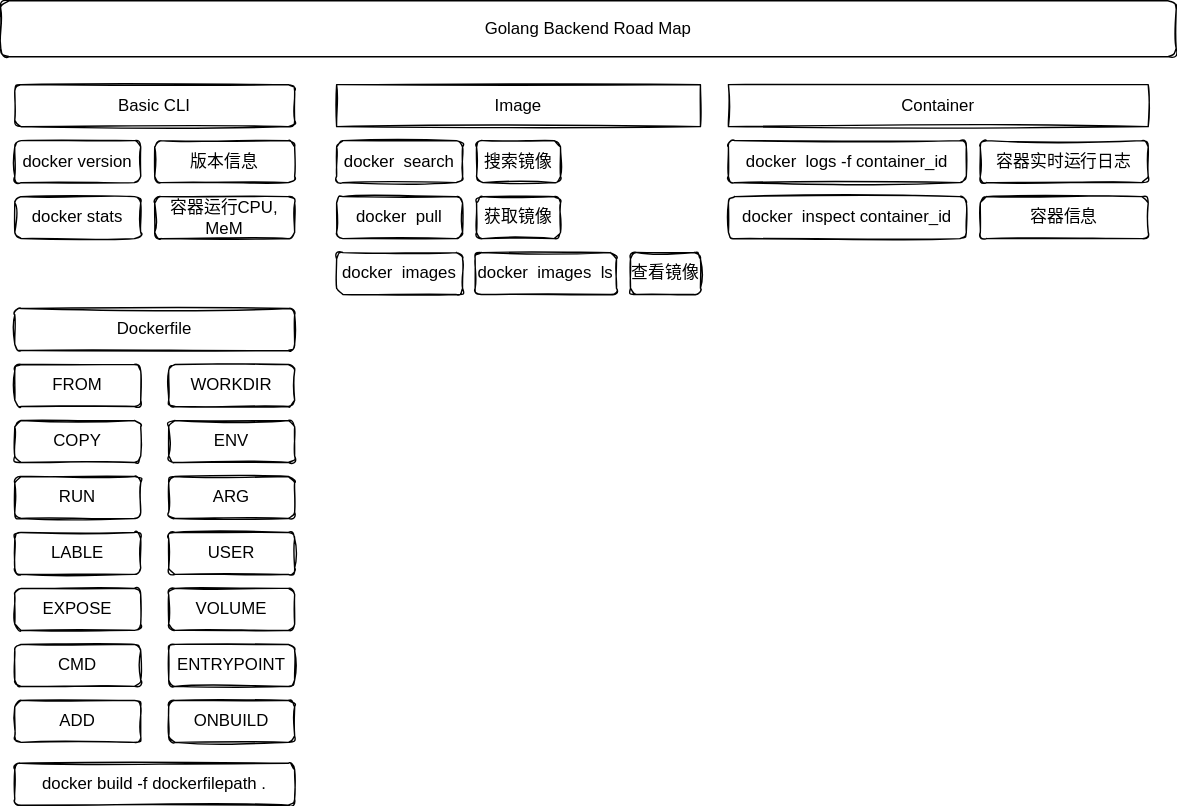
Earlier version of the draw.io export 10-容器与容器云/00-Docker/images/Docker.svg (cd-home/Root). Source tidied: cells renumbered, new cells last; positions are measured from the earlier drawing's top-left corner, leaving out a move shared by most shapes.
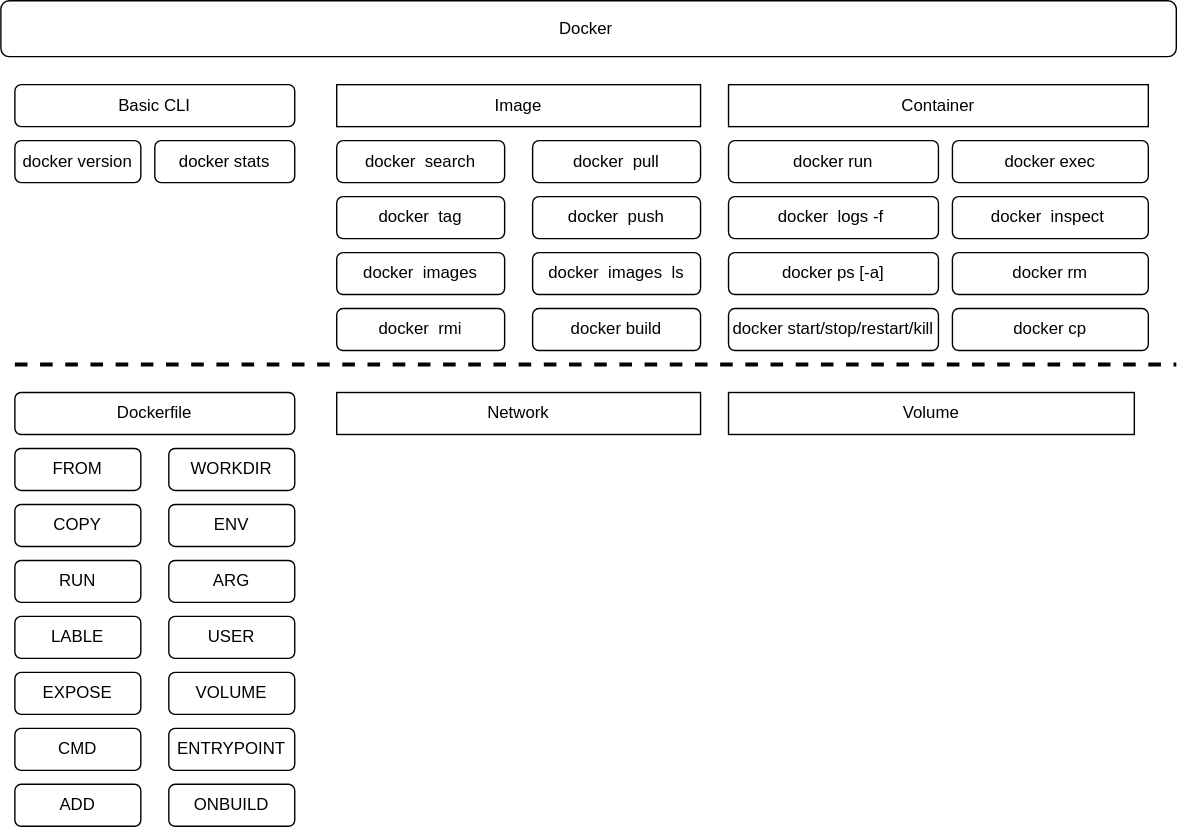
Later version of the same file.

Commit message:
😀🌴⭐🌎☀️🌈🌽: Docker arch

Diff of the diagram source:
```diff
@@ -2,110 +2,128 @@
   <root>
     <mxCell id="0" />
     <mxCell id="1" parent="0" />
-    <mxCell id="2" value="Golang Backend Road Map" style="rounded=1;whiteSpace=wrap;html=1;sketch=1;" parent="1" vertex="1">
-      <mxGeometry width="840" height="40" as="geometry" />
+    <mxCell id="2" value="Docker&amp;nbsp;" style="rounded=1;whiteSpace=wrap;html=1;" parent="1" vertex="1">
+      <mxGeometry y="-60" width="840" height="40" as="geometry" />
     </mxCell>
-    <mxCell id="3" value="Image" style="rounded=0;whiteSpace=wrap;html=1;sketch=1;" parent="1" vertex="1">
-      <mxGeometry x="240" y="60" width="260" height="30" as="geometry" />
+    <mxCell id="3" value="Image" style="rounded=0;whiteSpace=wrap;html=1;" parent="1" vertex="1">
+      <mxGeometry x="240" width="260" height="30" as="geometry" />
     </mxCell>
-    <mxCell id="4" value="Basic CLI" style="rounded=1;whiteSpace=wrap;html=1;sketch=1;" parent="1" vertex="1">
-      <mxGeometry x="10" y="60" width="200" height="30" as="geometry" />
+    <mxCell id="4" value="Basic CLI" style="rounded=1;whiteSpace=wrap;html=1;" parent="1" vertex="1">
+      <mxGeometry x="10" width="200" height="30" as="geometry" />
     </mxCell>
-    <mxCell id="5" value="Container" style="rounded=0;whiteSpace=wrap;html=1;sketch=1;" parent="1" vertex="1">
-      <mxGeometry x="520" y="60" width="300" height="30" as="geometry" />
+    <mxCell id="5" value="Container" style="rounded=0;whiteSpace=wrap;html=1;" parent="1" vertex="1">
+      <mxGeometry x="520" width="300" height="30" as="geometry" />
     </mxCell>
-    <mxCell id="6" value="docker version" style="rounded=1;whiteSpace=wrap;html=1;sketch=1;" parent="1" vertex="1">
-      <mxGeometry x="10" y="100" width="90" height="30" as="geometry" />
+    <mxCell id="6" value="docker version" style="rounded=1;whiteSpace=wrap;html=1;" parent="1" vertex="1">
+      <mxGeometry x="10" y="40" width="90" height="30" as="geometry" />
     </mxCell>
-    <mxCell id="7" value="docker stats" style="rounded=1;whiteSpace=wrap;html=1;sketch=1;" parent="1" vertex="1">
-      <mxGeometry x="10" y="140" width="90" height="30" as="geometry" />
+    <mxCell id="7" value="docker stats" style="rounded=1;whiteSpace=wrap;html=1;" parent="1" vertex="1">
+      <mxGeometry x="110" y="40" width="100" height="30" as="geometry" />
     </mxCell>
-    <mxCell id="8" value="版本信息" style="rounded=1;whiteSpace=wrap;html=1;sketch=1;" parent="1" vertex="1">
-      <mxGeometry x="110" y="100" width="100" height="30" as="geometry" />
-    </mxCell>
-    <mxCell id="9" value="容器运行CPU, MeM" style="rounded=1;whiteSpace=wrap;html=1;sketch=1;" parent="1" vertex="1">
-      <mxGeometry x="110" y="140" width="100" height="30" as="geometry" />
-    </mxCell>
-    <mxCell id="10" value="docker&amp;nbsp; search" style="rounded=1;whiteSpace=wrap;html=1;sketch=1;" parent="1" vertex="1">
-      <mxGeometry x="240" y="100" width="90" height="30" as="geometry" />
+    <mxCell id="10" value="docker&amp;nbsp; search" style="rounded=1;whiteSpace=wrap;html=1;" parent="1" vertex="1">
+      <mxGeometry x="240" y="40" width="120" height="30" as="geometry" />
     </mxCell>
-    <mxCell id="11" value="搜索镜像" style="rounded=1;whiteSpace=wrap;html=1;sketch=1;" parent="1" vertex="1">
-      <mxGeometry x="340" y="100" width="60" height="30" as="geometry" />
-    </mxCell>
-    <mxCell id="12" value="docker&amp;nbsp; pull" style="rounded=1;whiteSpace=wrap;html=1;sketch=1;" parent="1" vertex="1">
-      <mxGeometry x="240" y="140" width="90" height="30" as="geometry" />
+    <mxCell id="12" value="docker&amp;nbsp; pull" style="rounded=1;whiteSpace=wrap;html=1;" parent="1" vertex="1">
+      <mxGeometry x="380" y="40" width="120" height="30" as="geometry" />
     </mxCell>
-    <mxCell id="13" value="获取镜像" style="rounded=1;whiteSpace=wrap;html=1;sketch=1;" parent="1" vertex="1">
-      <mxGeometry x="340" y="140" width="60" height="30" as="geometry" />
-    </mxCell>
-    <mxCell id="14" value="docker&amp;nbsp; logs -f container_id" style="rounded=1;whiteSpace=wrap;html=1;sketch=1;" parent="1" vertex="1">
-      <mxGeometry x="520" y="100" width="170" height="30" as="geometry" />
+    <mxCell id="14" value="docker&amp;nbsp; logs -f&amp;nbsp;" style="rounded=1;whiteSpace=wrap;html=1;" parent="1" vertex="1">
+      <mxGeometry x="520" y="80" width="150" height="30" as="geometry" />
     </mxCell>
-    <mxCell id="15" value="容器实时运行日志" style="rounded=1;whiteSpace=wrap;html=1;sketch=1;" parent="1" vertex="1">
-      <mxGeometry x="700" y="100" width="120" height="30" as="geometry" />
-    </mxCell>
-    <mxCell id="16" value="docker&amp;nbsp; images" style="rounded=1;whiteSpace=wrap;html=1;sketch=1;" parent="1" vertex="1">
-      <mxGeometry x="240" y="180" width="90" height="30" as="geometry" />
+    <mxCell id="16" value="docker&amp;nbsp; images" style="rounded=1;whiteSpace=wrap;html=1;" parent="1" vertex="1">
+      <mxGeometry x="240" y="120" width="120" height="30" as="geometry" />
     </mxCell>
-    <mxCell id="17" value="查看镜像" style="rounded=1;whiteSpace=wrap;html=1;sketch=1;" parent="1" vertex="1">
-      <mxGeometry x="450" y="180" width="50" height="30" as="geometry" />
-    </mxCell>
-    <mxCell id="18" value="docker&amp;nbsp; images&amp;nbsp; ls" style="rounded=1;whiteSpace=wrap;html=1;sketch=1;" parent="1" vertex="1">
-      <mxGeometry x="339" y="180" width="101" height="30" as="geometry" />
+    <mxCell id="18" value="docker&amp;nbsp; images&amp;nbsp; ls" style="rounded=1;whiteSpace=wrap;html=1;" parent="1" vertex="1">
+      <mxGeometry x="380" y="120" width="120" height="30" as="geometry" />
     </mxCell>
-    <mxCell id="19" value="docker&amp;nbsp; inspect container_id" style="rounded=1;whiteSpace=wrap;html=1;sketch=1;" parent="1" vertex="1">
-      <mxGeometry x="520" y="140" width="170" height="30" as="geometry" />
+    <mxCell id="19" value="docker&amp;nbsp; inspect&amp;nbsp;" style="rounded=1;whiteSpace=wrap;html=1;" parent="1" vertex="1">
+      <mxGeometry x="680" y="80" width="140" height="30" as="geometry" />
     </mxCell>
-    <mxCell id="20" value="容器信息" style="rounded=1;whiteSpace=wrap;html=1;sketch=1;" parent="1" vertex="1">
-      <mxGeometry x="700" y="140" width="120" height="30" as="geometry" />
-    </mxCell>
-    <mxCell id="21" value="Dockerfile" style="rounded=1;whiteSpace=wrap;html=1;sketch=1;" parent="1" vertex="1">
+    <mxCell id="21" value="Dockerfile" style="rounded=1;whiteSpace=wrap;html=1;" parent="1" vertex="1">
       <mxGeometry x="10" y="220" width="200" height="30" as="geometry" />
     </mxCell>
-    <mxCell id="22" value="FROM" style="rounded=1;whiteSpace=wrap;html=1;sketch=1;" parent="1" vertex="1">
+    <mxCell id="22" value="FROM" style="rounded=1;whiteSpace=wrap;html=1;" parent="1" vertex="1">
       <mxGeometry x="10" y="260" width="90" height="30" as="geometry" />
     </mxCell>
-    <mxCell id="23" value="WORKDIR" style="rounded=1;whiteSpace=wrap;html=1;sketch=1;" parent="1" vertex="1">
+    <mxCell id="23" value="WORKDIR" style="rounded=1;whiteSpace=wrap;html=1;" parent="1" vertex="1">
       <mxGeometry x="120" y="260" width="90" height="30" as="geometry" />
     </mxCell>
-    <mxCell id="24" value="ADD" style="rounded=1;whiteSpace=wrap;html=1;sketch=1;" parent="1" vertex="1">
+    <mxCell id="24" value="ADD" style="rounded=1;whiteSpace=wrap;html=1;" parent="1" vertex="1">
       <mxGeometry x="10" y="500" width="90" height="30" as="geometry" />
     </mxCell>
-    <mxCell id="25" value="COPY" style="rounded=1;whiteSpace=wrap;html=1;sketch=1;" parent="1" vertex="1">
+    <mxCell id="25" value="COPY" style="rounded=1;whiteSpace=wrap;html=1;" parent="1" vertex="1">
       <mxGeometry x="10" y="300" width="90" height="30" as="geometry" />
     </mxCell>
-    <mxCell id="26" value="RUN" style="rounded=1;whiteSpace=wrap;html=1;sketch=1;" parent="1" vertex="1">
+    <mxCell id="26" value="RUN" style="rounded=1;whiteSpace=wrap;html=1;" parent="1" vertex="1">
       <mxGeometry x="10" y="340" width="90" height="30" as="geometry" />
     </mxCell>
-    <mxCell id="27" value="ENV" style="rounded=1;whiteSpace=wrap;html=1;sketch=1;" parent="1" vertex="1">
+    <mxCell id="27" value="ENV" style="rounded=1;whiteSpace=wrap;html=1;" parent="1" vertex="1">
       <mxGeometry x="120" y="300" width="90" height="30" as="geometry" />
     </mxCell>
-    <mxCell id="28" value="LABLE" style="rounded=1;whiteSpace=wrap;html=1;sketch=1;" parent="1" vertex="1">
+    <mxCell id="28" value="LABLE" style="rounded=1;whiteSpace=wrap;html=1;" parent="1" vertex="1">
       <mxGeometry x="10" y="380" width="90" height="30" as="geometry" />
     </mxCell>
-    <mxCell id="29" value="USER" style="rounded=1;whiteSpace=wrap;html=1;sketch=1;" parent="1" vertex="1">
+    <mxCell id="29" value="USER" style="rounded=1;whiteSpace=wrap;html=1;" parent="1" vertex="1">
       <mxGeometry x="120" y="380" width="90" height="30" as="geometry" />
     </mxCell>
-    <mxCell id="30" value="EXPOSE" style="rounded=1;whiteSpace=wrap;html=1;sketch=1;" parent="1" vertex="1">
+    <mxCell id="30" value="EXPOSE" style="rounded=1;whiteSpace=wrap;html=1;" parent="1" vertex="1">
       <mxGeometry x="10" y="420" width="90" height="30" as="geometry" />
     </mxCell>
-    <mxCell id="31" value="VOLUME" style="rounded=1;whiteSpace=wrap;html=1;sketch=1;" parent="1" vertex="1">
+    <mxCell id="31" value="VOLUME" style="rounded=1;whiteSpace=wrap;html=1;" parent="1" vertex="1">
       <mxGeometry x="120" y="420" width="90" height="30" as="geometry" />
     </mxCell>
-    <mxCell id="32" value="CMD" style="rounded=1;whiteSpace=wrap;html=1;sketch=1;" parent="1" vertex="1">
+    <mxCell id="32" value="CMD" style="rounded=1;whiteSpace=wrap;html=1;" parent="1" vertex="1">
       <mxGeometry x="10" y="460" width="90" height="30" as="geometry" />
     </mxCell>
-    <mxCell id="33" value="ENTRYPOINT" style="rounded=1;whiteSpace=wrap;html=1;sketch=1;" parent="1" vertex="1">
+    <mxCell id="33" value="ENTRYPOINT" style="rounded=1;whiteSpace=wrap;html=1;" parent="1" vertex="1">
       <mxGeometry x="120" y="460" width="90" height="30" as="geometry" />
     </mxCell>
-    <mxCell id="34" value="ARG" style="rounded=1;whiteSpace=wrap;html=1;sketch=1;" parent="1" vertex="1">
+    <mxCell id="34" value="ARG" style="rounded=1;whiteSpace=wrap;html=1;" parent="1" vertex="1">
       <mxGeometry x="120" y="340" width="90" height="30" as="geometry" />
     </mxCell>
-    <mxCell id="35" value="ONBUILD" style="rounded=1;whiteSpace=wrap;html=1;sketch=1;" parent="1" vertex="1">
+    <mxCell id="35" value="ONBUILD" style="rounded=1;whiteSpace=wrap;html=1;" parent="1" vertex="1">
       <mxGeometry x="120" y="500" width="90" height="30" as="geometry" />
     </mxCell>
-    <mxCell id="36" value="docker build -f dockerfilepath ." style="rounded=1;whiteSpace=wrap;html=1;sketch=1;" parent="1" vertex="1">
-      <mxGeometry x="10" y="545" width="200" height="30" as="geometry" />
-    </mxCell>
+    <mxCell id="37" value="docker&amp;nbsp; rmi" style="rounded=1;whiteSpace=wrap;html=1;" parent="1" vertex="1">
+      <mxGeometry x="240" y="160" width="120" height="30" as="geometry" />
+    </mxCell>
+    <mxCell id="38" value="docker build" style="rounded=1;whiteSpace=wrap;html=1;" parent="1" vertex="1">
+      <mxGeometry x="380" y="160" width="120" height="30" as="geometry" />
+    </mxCell>
+    <mxCell id="39" value="docker&amp;nbsp; push" style="rounded=1;whiteSpace=wrap;html=1;" parent="1" vertex="1">
+      <mxGeometry x="380" y="80" width="120" height="30" as="geometry" />
+    </mxCell>
+    <mxCell id="40" value="docker&amp;nbsp; tag" style="rounded=1;whiteSpace=wrap;html=1;" parent="1" vertex="1">
+      <mxGeometry x="240" y="80" width="120" height="30" as="geometry" />
+    </mxCell>
+    <mxCell id="41" value="docker run" style="rounded=1;whiteSpace=wrap;html=1;" parent="1" vertex="1">
+      <mxGeometry x="520" y="40" width="150" height="30" as="geometry" />
+    </mxCell>
+    <mxCell id="42" value="docker exec" style="rounded=1;whiteSpace=wrap;html=1;" parent="1" vertex="1">
+      <mxGeometry x="680" y="40" width="140" height="30" as="geometry" />
+    </mxCell>
+    <mxCell id="43" value="docker ps [-a]" style="rounded=1;whiteSpace=wrap;html=1;" parent="1" vertex="1">
+      <mxGeometry x="520" y="120" width="150" height="30" as="geometry" />
+    </mxCell>
+    <mxCell id="44" value="docker rm" style="rounded=1;whiteSpace=wrap;html=1;" parent="1" vertex="1">
+      <mxGeometry x="680" y="120" width="140" height="30" as="geometry" />
+    </mxCell>
+    <mxCell id="45" value="docker start/stop/restart/kill" style="rounded=1;whiteSpace=wrap;html=1;" parent="1" vertex="1">
+      <mxGeometry x="520" y="160" width="150" height="30" as="geometry" />
+    </mxCell>
+    <mxCell id="46" value="docker cp" style="rounded=1;whiteSpace=wrap;html=1;" parent="1" vertex="1">
+      <mxGeometry x="680" y="160" width="140" height="30" as="geometry" />
+    </mxCell>
+    <mxCell id="47" style="endArrow=none;dashed=1;html=1;strokeWidth=3;rounded=0;" parent="1" edge="1">
+      <mxGeometry relative="1" as="geometry">
+        <mxPoint x="10" y="200" as="sourcePoint" />
+        <mxPoint x="840" y="200" as="targetPoint" />
+      </mxGeometry>
+    </mxCell>
+    <mxCell id="48" value="Network" style="rounded=0;whiteSpace=wrap;html=1;" parent="1" vertex="1">
+      <mxGeometry x="240" y="220" width="260" height="30" as="geometry" />
+    </mxCell>
+    <mxCell id="49" value="Volume" style="rounded=0;whiteSpace=wrap;html=1;" parent="1" vertex="1">
+      <mxGeometry x="520" y="220" width="290" height="30" as="geometry" />
+    </mxCell>
   </root>
 </mxGraphModel>
```
